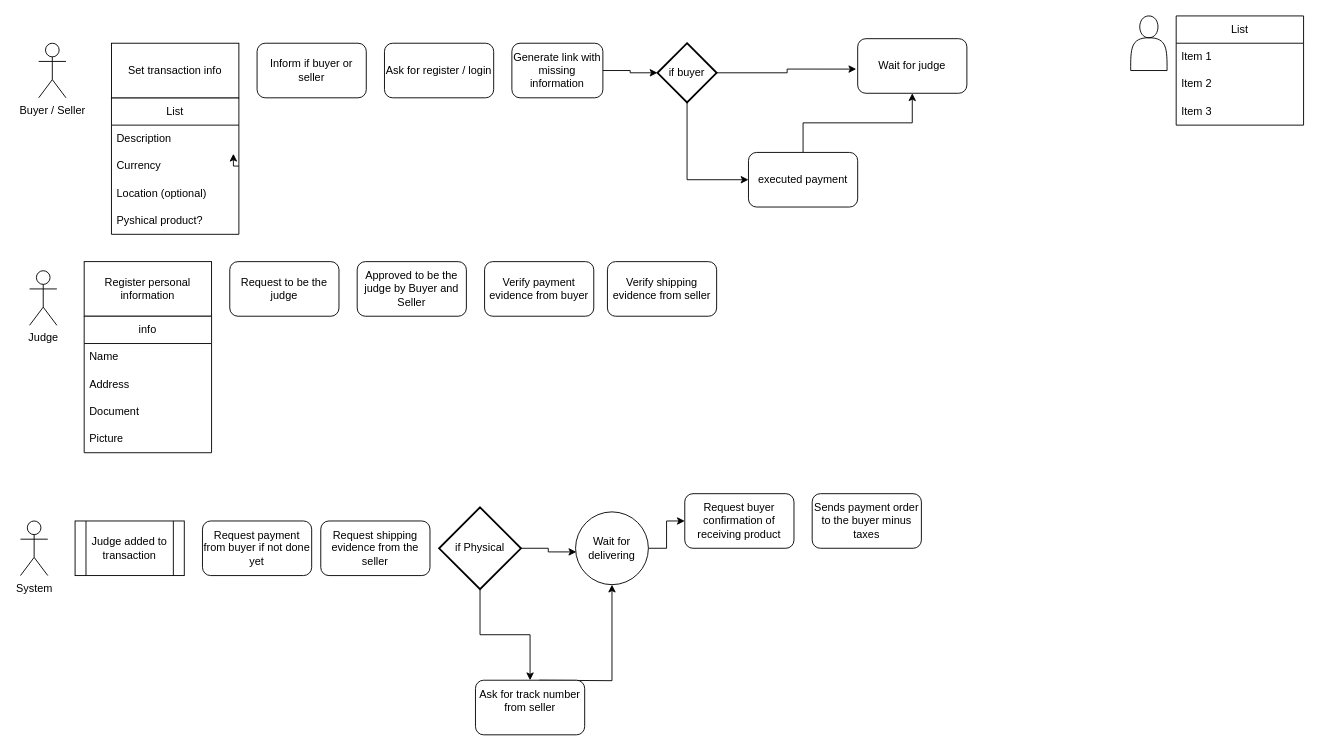
LeonardoRick/app-judgepay keeps this draw.io diagram as judgepay.drawio. Above is the earlier version. Source tidied: cells renumbered, new cells numbered last; positions are measured from the earlier drawing's top-left corner, leaving out a move shared by most shapes. Both pictures are drawn from the tidied source at 91%, with x=0, y=0 at pixel (20, 15).
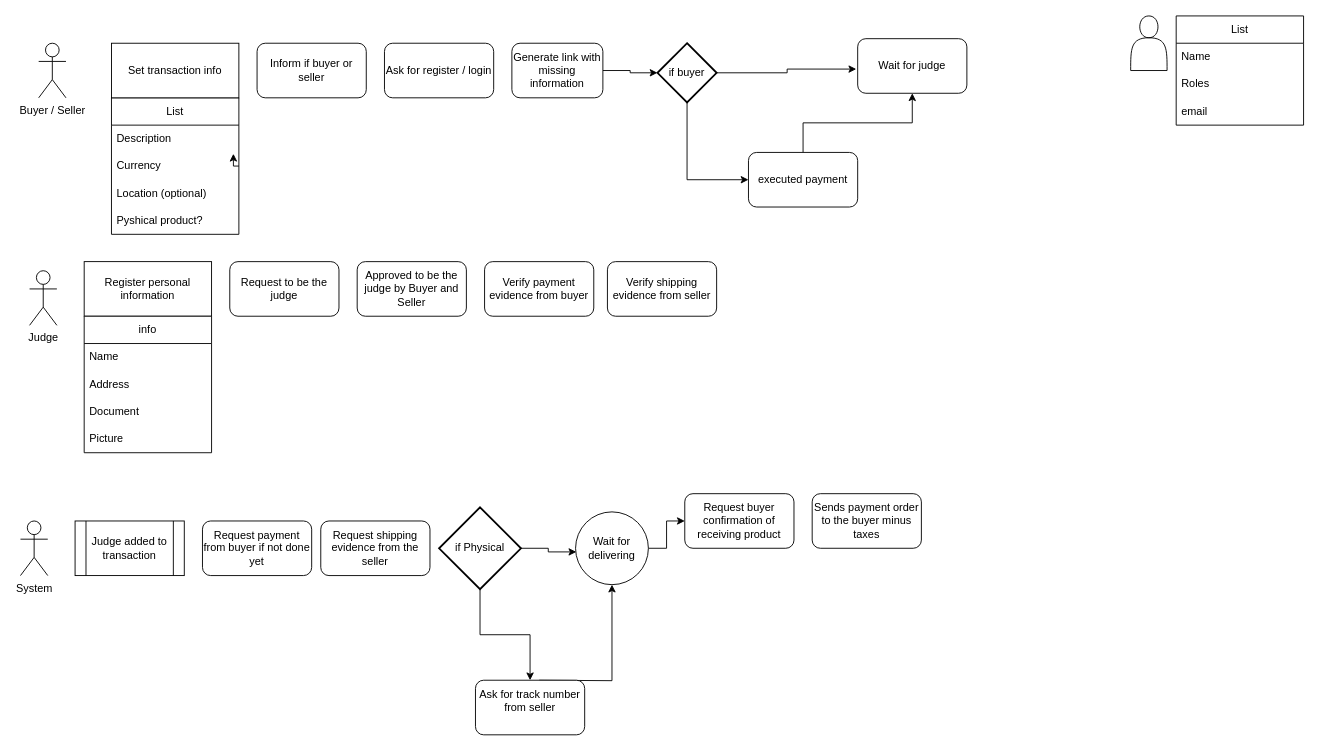
After the change.

The change refers to these unchanged cells:
```xml
<mxCell id="45" value="List" style="swimlane;fontStyle=0;horizontal=1;startSize=30;whiteSpace=wrap;html=1;" parent="1" vertex="1">
  <mxGeometry x="1270" width="140" height="120" as="geometry" />
</mxCell>
```

Change to the diagram source:
```diff
@@
-    <mxCell id="46" value="Item 1" style="text;strokeColor=none;fillColor=none;align=left;verticalAlign=middle;spacingLeft=4;spacingRight=4;overflow=hidden;whiteSpace=wrap;html=1;" parent="45" vertex="1">
+    <mxCell id="46" value="Name" style="text;strokeColor=none;fillColor=none;align=left;verticalAlign=middle;spacingLeft=4;spacingRight=4;overflow=hidden;whiteSpace=wrap;html=1;" parent="45" vertex="1">
       <mxGeometry y="30" width="140" height="30" as="geometry" />
     </mxCell>
-    <mxCell id="47" value="Item 2" style="text;strokeColor=none;fillColor=none;align=left;verticalAlign=middle;spacingLeft=4;spacingRight=4;overflow=hidden;whiteSpace=wrap;html=1;" parent="45" vertex="1">
+    <mxCell id="47" value="Roles" style="text;strokeColor=none;fillColor=none;align=left;verticalAlign=middle;spacingLeft=4;spacingRight=4;overflow=hidden;whiteSpace=wrap;html=1;" parent="45" vertex="1">
       <mxGeometry y="60" width="140" height="30" as="geometry" />
     </mxCell>
-    <mxCell id="48" value="Item 3" style="text;strokeColor=none;fillColor=none;align=left;verticalAlign=middle;spacingLeft=4;spacingRight=4;overflow=hidden;whiteSpace=wrap;html=1;" parent="45" vertex="1">
+    <mxCell id="48" value="email" style="text;strokeColor=none;fillColor=none;align=left;verticalAlign=middle;spacingLeft=4;spacingRight=4;overflow=hidden;whiteSpace=wrap;html=1;" parent="45" vertex="1">
       <mxGeometry y="90" width="140" height="30" as="geometry" />
     </mxCell>
```
